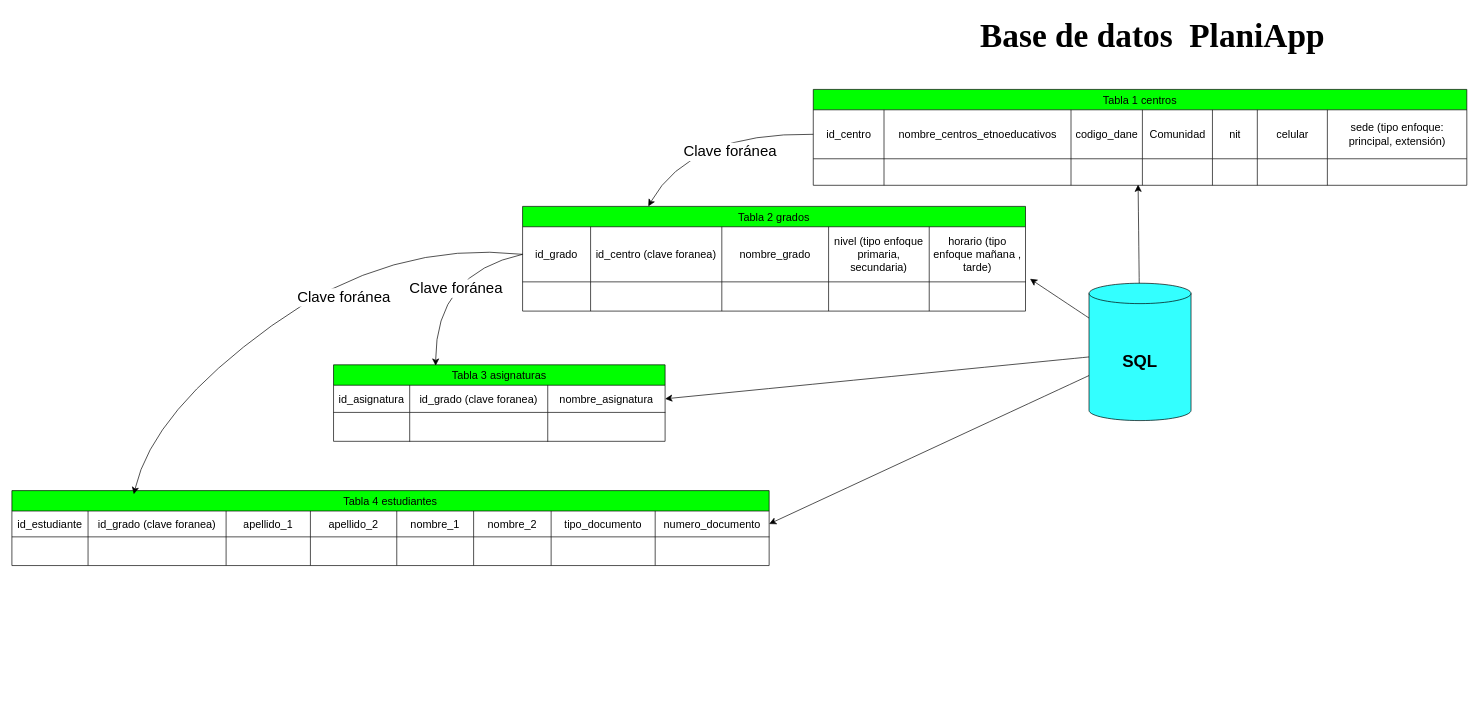
Earlier version of the draw.io diagram Diagrama sin título.drawio (Andreszxc2001/Sistema-Integral-de-Asistencias-SIA-). Source tidied: cells renumbered, new cells numbered last; positions are measured from the earlier drawing's top-left corner, leaving out a move shared by most shapes. Both pictures are drawn from the tidied source at 68%, with x=0, y=0 at pixel (12, 12).
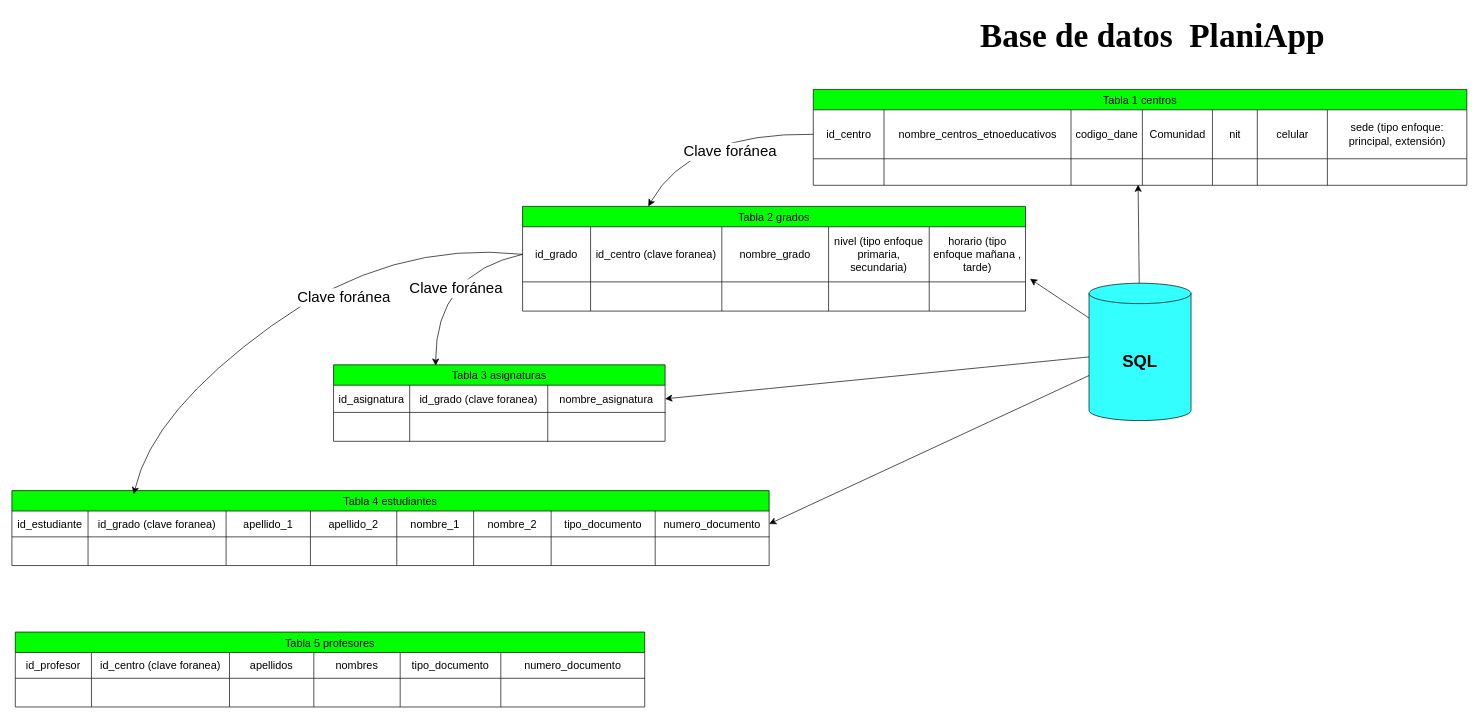
After the change.

The edit, as a diff of the source:
```diff
@@
+    <mxCell id="72" value="Tabla 5 profesores" style="shape=table;startSize=30;childLayout=tableLayout;strokeColor=#000000;fontSize=16;fillColor=#00FF00;" parent="1" vertex="1">
+      <mxGeometry x="5" y="912" width="925.6" height="110.2" as="geometry" />
+    </mxCell>
+    <mxCell id="73" style="shape=tableRow;horizontal=0;startSize=0;swimlaneHead=0;swimlaneBody=0;strokeColor=inherit;top=0;left=0;bottom=0;right=0;fillColor=none;fontSize=16;" parent="72" vertex="1">
+      <mxGeometry y="30" width="925.6" height="38" as="geometry" />
+    </mxCell>
+    <mxCell id="74" value="id_profesor" style="shape=partialRectangle;html=1;whiteSpace=wrap;strokeColor=inherit;overflow=hidden;fillColor=none;top=0;left=0;bottom=0;right=0;fontSize=16;" parent="73" vertex="1">
+      <mxGeometry width="112" height="38" as="geometry" />
+    </mxCell>
+    <mxCell id="75" value="id_centro (clave foranea)" style="shape=partialRectangle;html=1;whiteSpace=wrap;strokeColor=inherit;overflow=hidden;fillColor=none;top=0;left=0;bottom=0;right=0;fontSize=16;" parent="73" vertex="1">
+      <mxGeometry x="112" width="203" height="38" as="geometry" />
+    </mxCell>
+    <mxCell id="76" value="apellidos" style="shape=partialRectangle;html=1;whiteSpace=wrap;strokeColor=inherit;overflow=hidden;fillColor=none;top=0;left=0;bottom=0;right=0;fontSize=16;" parent="73" vertex="1">
+      <mxGeometry x="315" width="124" height="38" as="geometry" />
+    </mxCell>
+    <mxCell id="77" value="nombres" style="shape=partialRectangle;html=1;whiteSpace=wrap;strokeColor=inherit;overflow=hidden;fillColor=none;top=0;left=0;bottom=0;right=0;fontSize=16;" parent="73" vertex="1">
+      <mxGeometry x="439" width="127" height="38" as="geometry" />
+    </mxCell>
+    <mxCell id="78" value="tipo_documento" style="shape=partialRectangle;html=1;whiteSpace=wrap;strokeColor=inherit;overflow=hidden;fillColor=none;top=0;left=0;bottom=0;right=0;fontSize=16;" parent="73" vertex="1">
+      <mxGeometry x="566" width="148" height="38" as="geometry" />
+    </mxCell>
+    <mxCell id="79" value="numero_documento" style="shape=partialRectangle;html=1;whiteSpace=wrap;strokeColor=inherit;overflow=hidden;fillColor=none;top=0;left=0;bottom=0;right=0;fontSize=16;" parent="73" vertex="1">
+      <mxGeometry x="714" width="212" height="38" as="geometry" />
+    </mxCell>
+    <mxCell id="80" style="shape=tableRow;horizontal=0;startSize=0;swimlaneHead=0;swimlaneBody=0;strokeColor=inherit;top=0;left=0;bottom=0;right=0;fillColor=none;fontSize=16;" parent="72" vertex="1">
+      <mxGeometry y="68" width="925.6" height="42" as="geometry" />
+    </mxCell>
+    <mxCell id="81" style="shape=partialRectangle;html=1;whiteSpace=wrap;strokeColor=inherit;overflow=hidden;fillColor=none;top=0;left=0;bottom=0;right=0;fontSize=16;" parent="80" vertex="1">
+      <mxGeometry width="112" height="42" as="geometry" />
+    </mxCell>
+    <mxCell id="82" style="shape=partialRectangle;html=1;whiteSpace=wrap;strokeColor=inherit;overflow=hidden;fillColor=none;top=0;left=0;bottom=0;right=0;fontSize=16;" parent="80" vertex="1">
+      <mxGeometry x="112" width="203" height="42" as="geometry" />
+    </mxCell>
+    <mxCell id="83" style="shape=partialRectangle;html=1;whiteSpace=wrap;strokeColor=inherit;overflow=hidden;fillColor=none;top=0;left=0;bottom=0;right=0;fontSize=16;" parent="80" vertex="1">
+      <mxGeometry x="315" width="124" height="42" as="geometry" />
+    </mxCell>
+    <mxCell id="84" style="shape=partialRectangle;html=1;whiteSpace=wrap;strokeColor=inherit;overflow=hidden;fillColor=none;top=0;left=0;bottom=0;right=0;fontSize=16;" parent="80" vertex="1">
+      <mxGeometry x="439" width="127" height="42" as="geometry" />
+    </mxCell>
+    <mxCell id="85" style="shape=partialRectangle;html=1;whiteSpace=wrap;strokeColor=inherit;overflow=hidden;fillColor=none;top=0;left=0;bottom=0;right=0;fontSize=16;" parent="80" vertex="1">
+      <mxGeometry x="566" width="148" height="42" as="geometry" />
+    </mxCell>
+    <mxCell id="86" style="shape=partialRectangle;html=1;whiteSpace=wrap;strokeColor=inherit;overflow=hidden;fillColor=none;top=0;left=0;bottom=0;right=0;fontSize=16;" parent="80" vertex="1">
+      <mxGeometry x="714" width="212" height="42" as="geometry" />
+    </mxCell>
```
